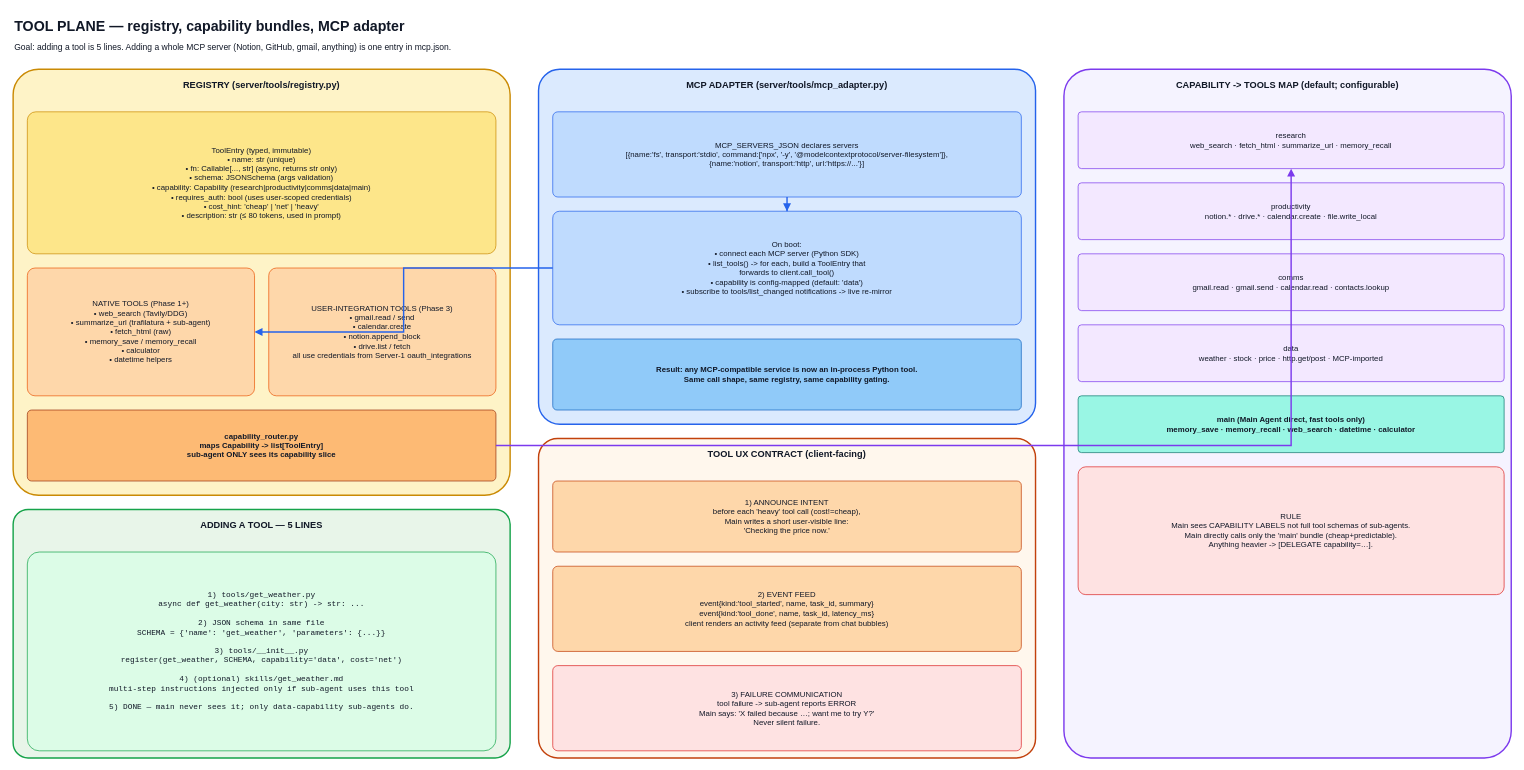
Above: page "08 Tools & MCP" (8 of 17) of Server2/orchestrator_diagram_v3.drawio in DharambirAgrawal/Vayumi (draw.io), before the change. Source tidied: cells renumbered, new cells numbered last; positions are measured from the earlier drawing's top-left corner, leaving out a move shared by most shapes. Both pictures are drawn from the tidied source at 71%, with x=0, y=0 at pixel (13, 12).
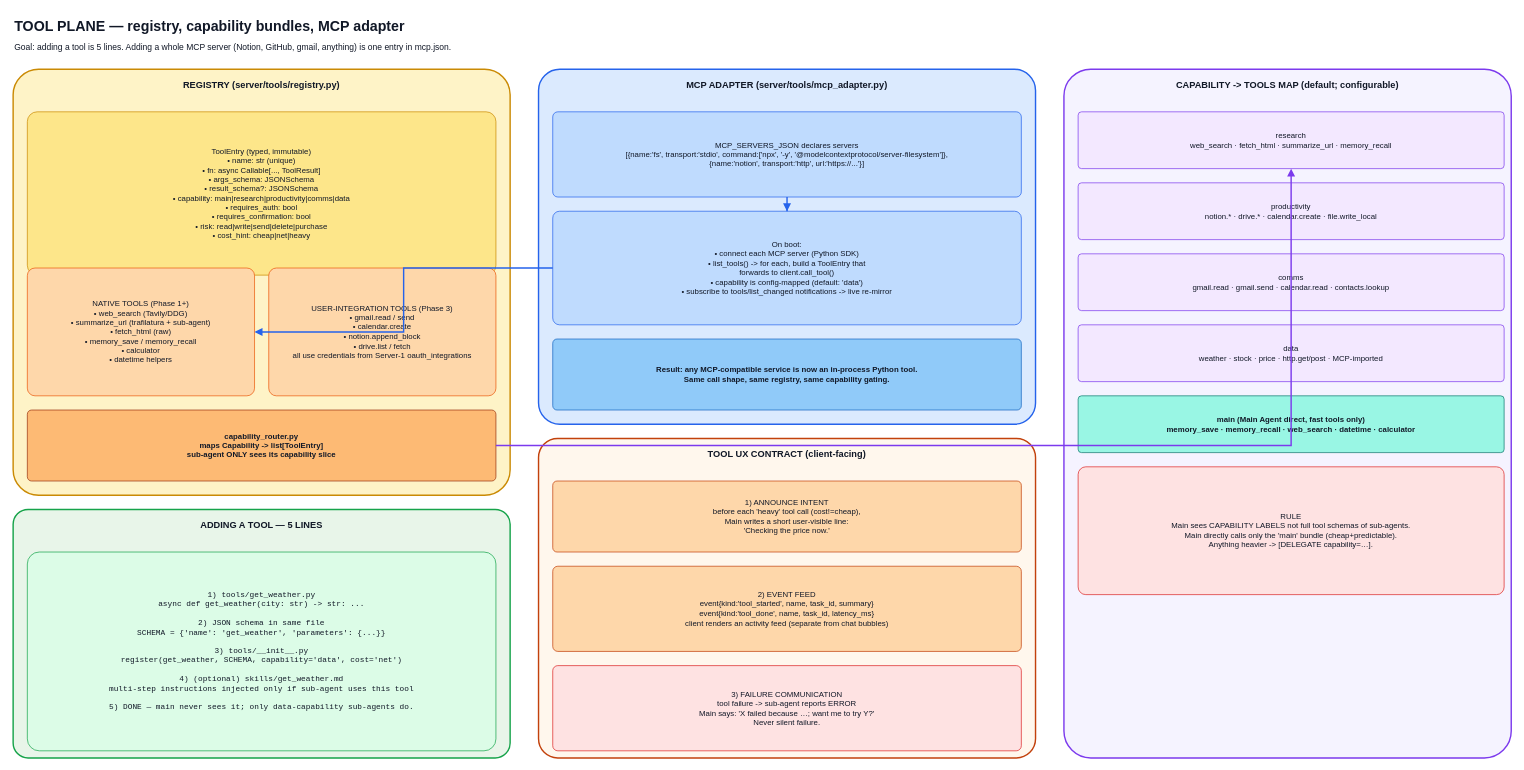
After the change.

What changed in the source:
```diff
@@
-    <mxCell id="5" value="ToolEntry (typed, immutable)&#10;• name: str (unique)&#10;• fn: Callable[..., str]    (async, returns str only)&#10;• schema: JSONSchema       (args validation)&#10;• capability: Capability   (research|productivity|comms|data|main)&#10;• requires_auth: bool     (uses user-scoped credentials)&#10;• cost_hint: 'cheap' | 'net' | 'heavy'&#10;• description: str        (≤ 80 tokens, used in prompt)" style="rounded=1;fillColor=#FDE68A;strokeColor=#CA8A04;fontSize=11;fontColor=#111827;whiteSpace=wrap;html=1;arcSize=6;" parent="1" vertex="1">
-      <mxGeometry x="20" y="140" width="660" height="200" as="geometry" />
+    <mxCell id="5" value="ToolEntry (typed, immutable)&#10;• name: str (unique)&#10;• fn: async Callable[..., ToolResult]&#10;• args_schema: JSONSchema&#10;• result_schema?: JSONSchema&#10;• capability: main|research|productivity|comms|data&#10;• requires_auth: bool&#10;• requires_confirmation: bool&#10;• risk: read|write|send|delete|purchase&#10;• cost_hint: cheap|net|heavy" style="rounded=1;fillColor=#FDE68A;strokeColor=#CA8A04;fontSize=11;fontColor=#111827;whiteSpace=wrap;html=1;arcSize=6;" parent="1" vertex="1">
+      <mxGeometry x="20" y="140" width="660" height="230" as="geometry" />
     </mxCell>
```
